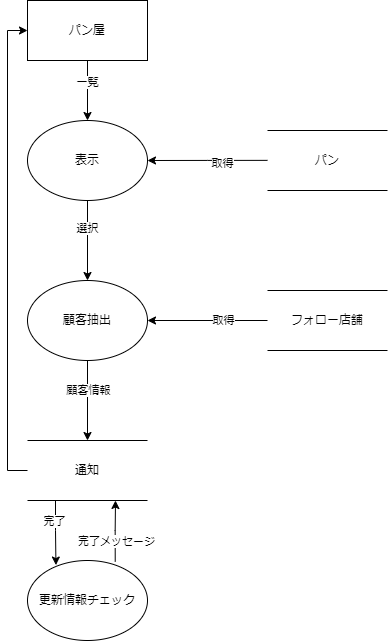
Pyama1013/Sotsu.Gamen keeps this draw.io diagram as DFD/通知送信.drawio.png. Above is the earlier version. Source tidied: cells renumbered, new cells last; positions are measured from the earlier drawing's top-left corner, leaving out a move shared by most shapes.
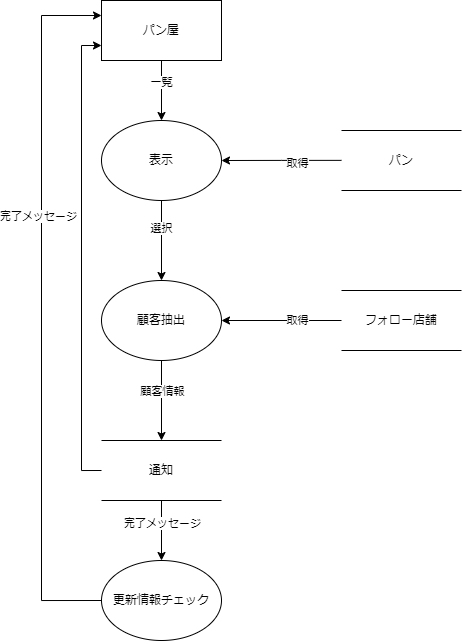
Above is the later version.

Change to the diagram source:
```diff
@@ -43,39 +43,34 @@
     <mxCell id="14" value="取得" style="edgeLabel;html=1;align=center;verticalAlign=middle;" parent="13" vertex="1">
       <mxGeometry x="-0.26" relative="1" as="geometry" />
     </mxCell>
+    <mxCell id="24" style="edgeStyle=orthogonalEdgeStyle;rounded=0;jettySize=auto;html=1;exitX=0;exitY=0.5;exitDx=0;exitDy=0;entryX=0;entryY=0.25;entryDx=0;entryDy=0;" parent="1" edge="1" source="15" target="4">
+      <mxGeometry relative="1" as="geometry">
+        <Array as="points">
+          <mxPoint x="-60" y="600" />
+          <mxPoint x="-60" y="15" />
+        </Array>
+      </mxGeometry>
+    </mxCell>
+    <mxCell id="25" value="完了メッセージ" style="edgeLabel;html=1;align=center;verticalAlign=middle;" parent="24" vertex="1">
+      <mxGeometry x="0.26" y="3" relative="1" as="geometry" />
+    </mxCell>
     <mxCell id="15" value="更新情報チェック" style="ellipse;whiteSpace=wrap;html=1;" parent="1" vertex="1">
       <mxGeometry y="560" width="120" height="80" as="geometry" />
     </mxCell>
+    <mxCell id="20" style="edgeStyle=orthogonalEdgeStyle;rounded=0;jettySize=auto;html=1;exitX=0;exitY=0.5;exitDx=0;exitDy=0;entryX=0;entryY=0.75;entryDx=0;entryDy=0;" parent="1" edge="1" source="21" target="4">
+      <mxGeometry relative="1" as="geometry" />
+    </mxCell>
-    <mxCell id="16" style="edgeStyle=orthogonalEdgeStyle;rounded=0;jettySize=auto;html=1;exitX=0.25;exitY=1;exitDx=0;exitDy=0;entryX=0.237;entryY=0.057;entryDx=0;entryDy=0;entryPerimeter=0;" parent="1" edge="1" source="21" target="15">
+    <mxCell id="16" style="edgeStyle=orthogonalEdgeStyle;rounded=0;jettySize=auto;html=1;exitX=0.5;exitY=1;exitDx=0;exitDy=0;entryX=0.5;entryY=0;entryDx=0;entryDy=0;" parent="1" edge="1" source="21" target="15">
       <mxGeometry relative="1" as="geometry">
         <Array as="points">
-          <mxPoint x="28" y="500" />
-          <mxPoint x="28" y="530" />
+          <mxPoint x="60" y="520" />
+          <mxPoint x="60" y="520" />
         </Array>
       </mxGeometry>
     </mxCell>
-    <mxCell id="17" value="完了" style="edgeLabel;html=1;align=center;verticalAlign=middle;" parent="16" vertex="1">
-      <mxGeometry x="-0.68" y="-1" relative="1" as="geometry">
-        <mxPoint y="12" as="offset" />
-      </mxGeometry>
-    </mxCell>
-    <mxCell id="18" style="edgeStyle=orthogonalEdgeStyle;rounded=0;jettySize=auto;html=1;exitX=0.731;exitY=0.014;exitDx=0;exitDy=0;exitPerimeter=0;" parent="1" edge="1" source="15">
-      <mxGeometry relative="1" as="geometry">
-        <mxPoint x="88" y="500" as="targetPoint" />
-        <Array as="points">
-          <mxPoint x="88" y="530" />
-          <mxPoint x="88" y="500" />
-        </Array>
-      </mxGeometry>
-    </mxCell>
-    <mxCell id="19" value="完了メッセージ" style="edgeLabel;html=1;align=center;verticalAlign=middle;" parent="18" vertex="1">
-      <mxGeometry x="-0.06" y="-1" relative="1" as="geometry">
-        <mxPoint y="9" as="offset" />
-      </mxGeometry>
-    </mxCell>
-    <mxCell id="20" style="edgeStyle=orthogonalEdgeStyle;rounded=0;jettySize=auto;html=1;exitX=0;exitY=0.5;exitDx=0;exitDy=0;entryX=0;entryY=0.5;entryDx=0;entryDy=0;" parent="1" edge="1" source="21" target="4">
-      <mxGeometry relative="1" as="geometry" />
-    </mxCell>
+    <mxCell id="26" value="完了メッセージ" style="edgeLabel;html=1;align=center;verticalAlign=middle;" parent="16" vertex="1">
+      <mxGeometry x="-0.24" y="1" relative="1" as="geometry" />
+    </mxCell>
     <mxCell id="21" value="通知" style="shape=partialRectangle;whiteSpace=wrap;html=1;left=0;right=0;fillColor=none;" parent="1" vertex="1">
       <mxGeometry y="440" width="120" height="60" as="geometry" />
     </mxCell>
```
